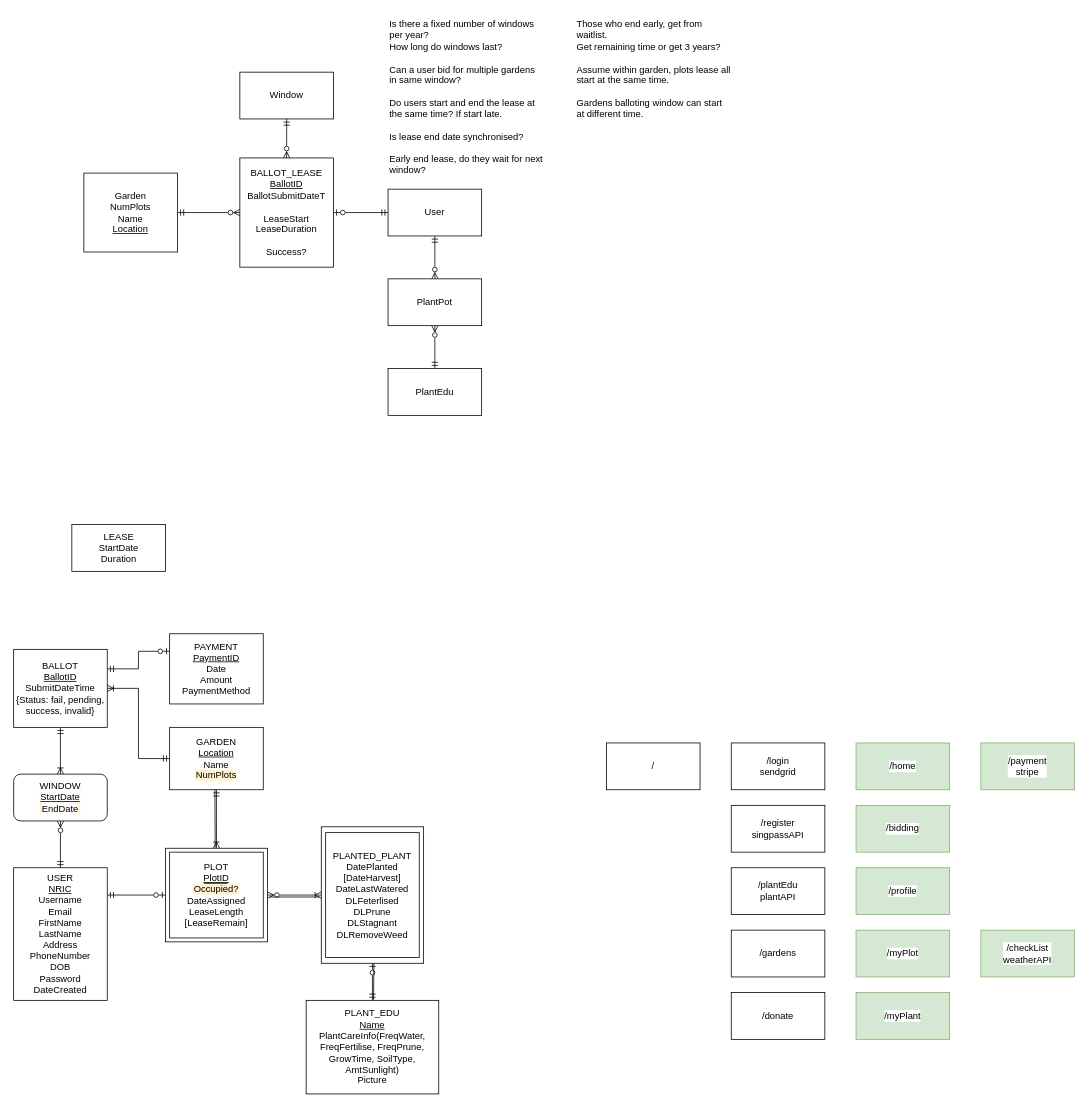
Before: Project Files/ER Diagram Project.drawio in CS203-G2-T7/CS203-Project, a draw.io diagram. Source tidied: cells renumbered, new cells numbered last; positions are measured from the earlier drawing's top-left corner, leaving out a move shared by most shapes. Both pictures are drawn from the tidied source at 78%, with x=0, y=0 at pixel (13, 13).
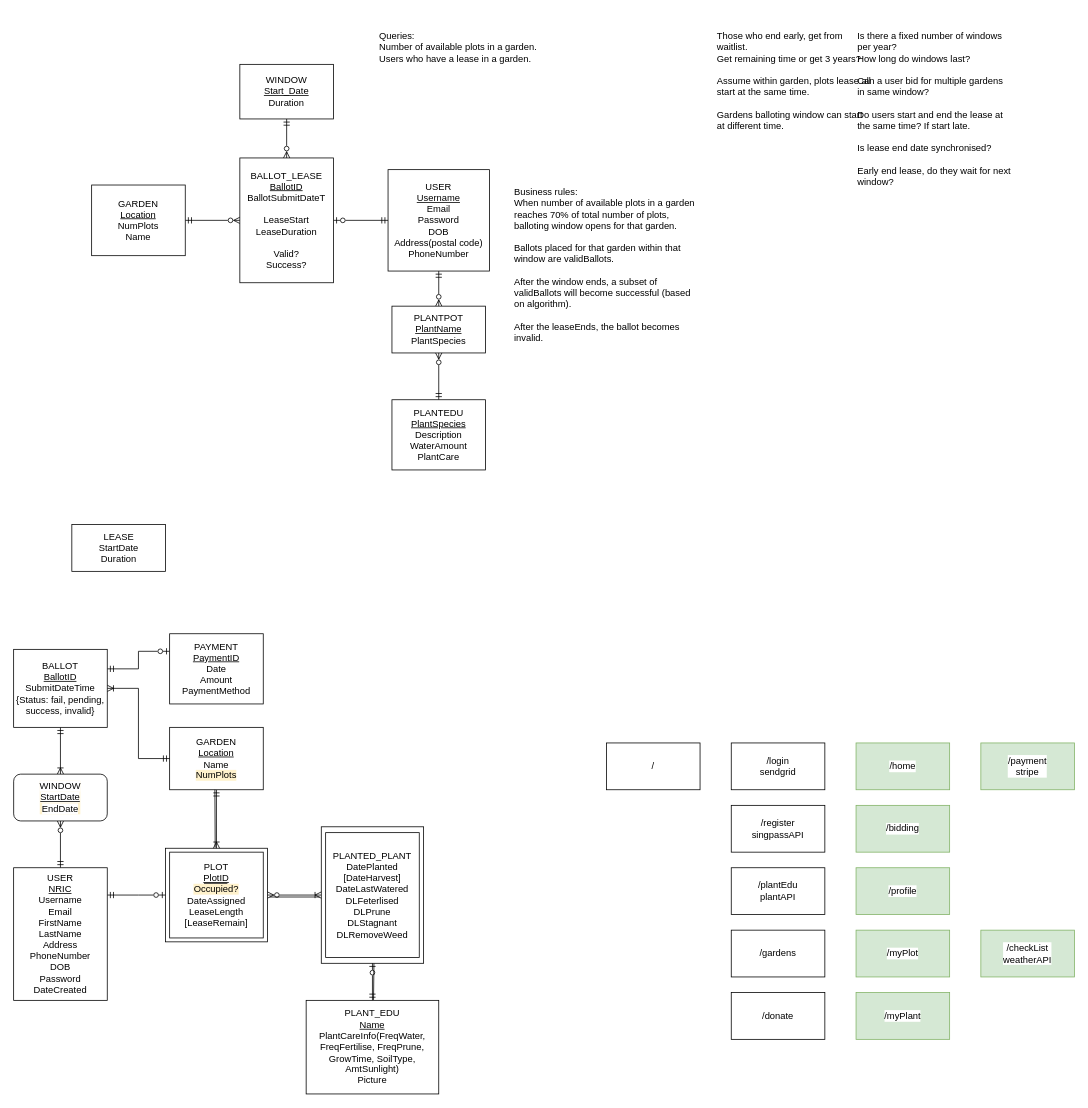
After the change.

Commit message:
Update ER model after discussing with Ginn Munn about email to Jin Hong.

Change to the diagram source:
```diff
@@
-    <mxCell id="37" style="edgeStyle=orthogonalEdgeStyle;rounded=0;jettySize=auto;html=1;entryX=0;entryY=0.5;entryDx=0;entryDy=0;startArrow=ERmandOne;startFill=0;endArrow=ERzeroToMany;endFill=0;" parent="1" edge="1" source="38" target="42">
-      <mxGeometry relative="1" as="geometry">
-        <Array as="points">
-          <mxPoint x="130" y="255" />
-        </Array>
-      </mxGeometry>
+    <mxCell id="37" style="edgeStyle=orthogonalEdgeStyle;rounded=0;jettySize=auto;html=1;entryX=0;entryY=0.5;entryDx=0;entryDy=0;startArrow=ERmandOne;startFill=0;endArrow=ERzeroToMany;endFill=0;exitX=1;exitY=0.5;exitDx=0;exitDy=0;" parent="1" edge="1" source="38" target="42">
+      <mxGeometry relative="1" as="geometry" />
     </mxCell>
-    <mxCell id="38" value="Garden&lt;br&gt;NumPlots&lt;br&gt;Name&lt;br&gt;&lt;u&gt;Location&lt;/u&gt;" style="rounded=0;whiteSpace=wrap;html=1;" parent="1" vertex="1">
-      <mxGeometry x="90" y="204.4" width="120" height="101.2" as="geometry" />
+    <mxCell id="38" value="GARDEN&lt;br&gt;&lt;u&gt;Location&lt;/u&gt;&lt;br&gt;NumPlots&lt;br&gt;Name" style="rounded=0;whiteSpace=wrap;html=1;" parent="1" vertex="1">
+      <mxGeometry x="100" y="219.7" width="120" height="90.6" as="geometry" />
     </mxCell>
@@
-    <mxCell id="41" value="User" style="rounded=0;whiteSpace=wrap;html=1;" parent="1" vertex="1">
-      <mxGeometry x="480" y="225" width="120" height="60" as="geometry" />
+    <mxCell id="41" value="USER&lt;br&gt;&lt;u&gt;Username&lt;/u&gt;&lt;br&gt;Email&lt;br&gt;Password&lt;br&gt;DOB&lt;br&gt;Address(postal code)&lt;br&gt;PhoneNumber" style="rounded=0;whiteSpace=wrap;html=1;" parent="1" vertex="1">
+      <mxGeometry x="480" y="200" width="130" height="130" as="geometry" />
     </mxCell>
-    <mxCell id="42" value="BALLOT_LEASE&lt;br&gt;&lt;u&gt;BallotID&lt;br&gt;&lt;/u&gt;BallotSubmitDateT&lt;br&gt;&lt;br&gt;LeaseStart&lt;br&gt;LeaseDuration&lt;br&gt;&lt;br&gt;Success?" style="rounded=0;whiteSpace=wrap;html=1;" parent="1" vertex="1">
-      <mxGeometry x="290" y="185" width="120" height="140" as="geometry" />
+    <mxCell id="42" value="BALLOT_LEASE&lt;br&gt;&lt;u&gt;BallotID&lt;br&gt;&lt;/u&gt;BallotSubmitDateT&lt;br&gt;&lt;br&gt;LeaseStart&lt;br&gt;LeaseDuration&lt;br&gt;&lt;br&gt;Valid?&lt;br&gt;Success?" style="rounded=0;whiteSpace=wrap;html=1;" parent="1" vertex="1">
+      <mxGeometry x="290" y="185" width="120" height="160" as="geometry" />
     </mxCell>
@@
-    <mxCell id="44" value="Window" style="rounded=0;whiteSpace=wrap;html=1;" parent="1" vertex="1">
-      <mxGeometry x="290" y="75" width="120" height="60" as="geometry" />
+    <mxCell id="44" value="WINDOW&lt;br&gt;&lt;u&gt;Start_Date&lt;/u&gt;&lt;br&gt;Duration" style="rounded=0;whiteSpace=wrap;html=1;" parent="1" vertex="1">
+      <mxGeometry x="290" y="65" width="120" height="70" as="geometry" />
     </mxCell>
     <mxCell id="45" value="Is there a fixed number of windows per year?&lt;br&gt;How long do windows last?&lt;br&gt;&lt;br&gt;Can a user bid for multiple gardens in same window?&lt;br&gt;&lt;br&gt;Do users start and end the lease at the same time? If start late.&lt;br&gt;&lt;br&gt;Is lease end date synchronised?&lt;br&gt;&lt;br&gt;Early end lease, do they wait for next window?" style="text;html=1;strokeColor=none;fillColor=none;align=left;verticalAlign=top;whiteSpace=wrap;rounded=0;" parent="1" vertex="1">
-      <mxGeometry x="480" width="200" height="210" as="geometry" />
+      <mxGeometry x="1080" y="15" width="200" height="210" as="geometry" />
     </mxCell>
@@
-    <mxCell id="47" value="PlantPot" style="rounded=0;whiteSpace=wrap;html=1;" parent="1" vertex="1">
-      <mxGeometry x="480" y="340" width="120" height="60" as="geometry" />
+    <mxCell id="47" value="PLANTPOT&lt;br&gt;&lt;u&gt;PlantName&lt;/u&gt;&lt;br&gt;PlantSpecies" style="rounded=0;whiteSpace=wrap;html=1;" parent="1" vertex="1">
+      <mxGeometry x="485" y="375" width="120" height="60" as="geometry" />
     </mxCell>
@@
-    <mxCell id="49" value="PlantEdu" style="rounded=0;whiteSpace=wrap;html=1;" parent="1" vertex="1">
-      <mxGeometry x="480" y="455" width="120" height="60" as="geometry" />
+    <mxCell id="49" value="PLANTEDU&lt;br&gt;&lt;u&gt;PlantSpecies&lt;/u&gt;&lt;br&gt;Description&lt;br&gt;WaterAmount&lt;br&gt;PlantCare" style="rounded=0;whiteSpace=wrap;html=1;" parent="1" vertex="1">
+      <mxGeometry x="485" y="495" width="120" height="90" as="geometry" />
     </mxCell>
     <mxCell id="50" value="Those who end early, get from waitlist.&lt;br&gt;Get remaining time or get 3 years?&lt;br&gt;&lt;br&gt;Assume within garden, plots lease all start at the same time.&lt;br&gt;&lt;br&gt;Gardens balloting window can start at different time." style="text;html=1;strokeColor=none;fillColor=none;align=left;verticalAlign=top;whiteSpace=wrap;rounded=0;" parent="1" vertex="1">
-      <mxGeometry x="720" width="200" height="170" as="geometry" />
+      <mxGeometry x="900" y="15" width="200" height="170" as="geometry" />
     </mxCell>
+    <mxCell id="51" value="Queries:&lt;br&gt;Number of available plots in a garden.&lt;br&gt;Users who have a lease in a garden." style="text;html=1;strokeColor=none;fillColor=none;align=left;verticalAlign=top;whiteSpace=wrap;rounded=0;" parent="1" vertex="1">
+      <mxGeometry x="467" y="15" width="240" height="60" as="geometry" />
+    </mxCell>
+    <mxCell id="52" value="Business rules:&lt;br&gt;When number of available plots in a garden reaches 70% of total number of plots, balloting window opens for that garden.&lt;br&gt;&lt;br&gt;Ballots placed for that garden within that window are validBallots.&lt;br&gt;&lt;br&gt;After the window ends, a subset of validBallots will become successful (based on algorithm).&lt;br&gt;&lt;br&gt;After the leaseEnds, the ballot becomes invalid." style="text;html=1;strokeColor=none;fillColor=none;align=left;verticalAlign=top;whiteSpace=wrap;rounded=0;" parent="1" vertex="1">
+      <mxGeometry x="640" y="215" width="240" height="220" as="geometry" />
+    </mxCell>
```
